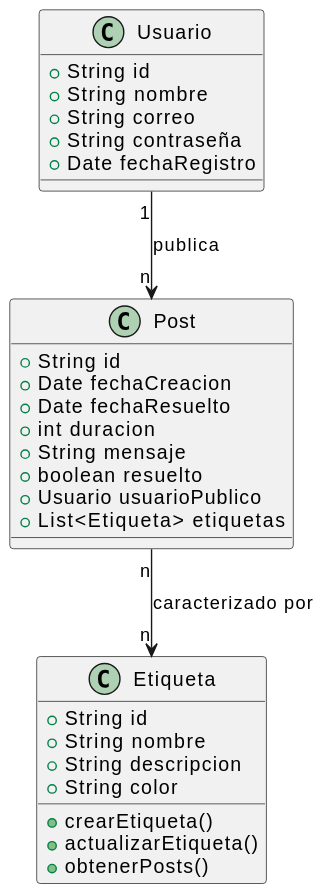
mmasias/24-25-IdSw1-SDR keeps this PlantUML diagram as images/modelosUML/modelosUML/Diagrama_clases.svg. Above is the earlier version.
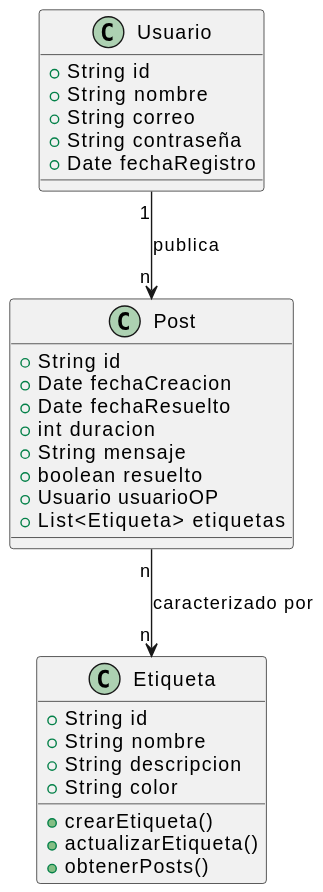
After the change.

The edit, as a diff of the source:
```diff
@@ -13,7 +13,7 @@
     +int duracion
     +String mensaje
     +boolean resuelto
-    +Usuario usuarioPublico
+    +Usuario usuarioOP
     +List<Etiqueta> etiquetas
 }
 class Etiqueta {
```
